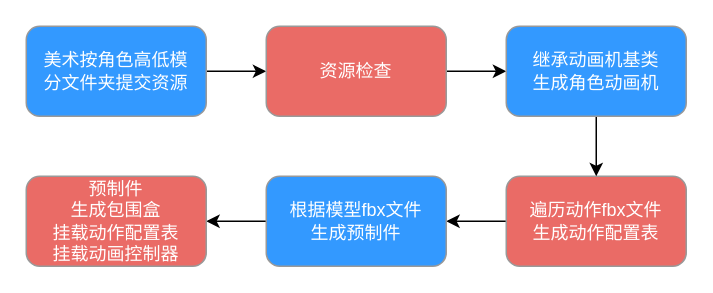
Above: 战斗资源流水线.drawio in leoin2012/draw.io.files (draw.io), before the change. Source tidied: cells renumbered, new cells numbered last; positions are measured from the earlier drawing's top-left corner, leaving out a move shared by most shapes. Both pictures are drawn from the tidied source at 150%, with x=0, y=0 at pixel (26, 26).
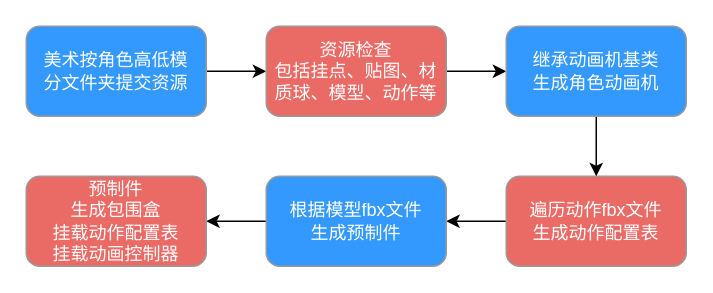
The same diagram, later.

Commit message:
已添加 战斗资源流水线.drawio

The edit, as a diff of the source:
```diff
@@
 <mxGraphModel>
   <root>
     <mxCell id="0" />
     <mxCell id="1" parent="0" />
     <mxCell id="2" style="edgeStyle=orthogonalEdgeStyle;rounded=0;jettySize=auto;html=1;exitX=1;exitY=0.5;exitDx=0;exitDy=0;entryX=0;entryY=0.5;entryDx=0;entryDy=0;" parent="1" edge="1" source="3" target="7">
       <mxGeometry relative="1" as="geometry" />
     </mxCell>
     <mxCell id="3" value="&lt;font color=&quot;#ffffff&quot;&gt;美术按角色高低模&lt;br&gt;分文件夹提交资源&lt;/font&gt;" style="rounded=1;whiteSpace=wrap;html=1;fillColor=#3399FF;strokeColor=#999999;" parent="1" vertex="1">
       <mxGeometry width="120" height="60" as="geometry" />
     </mxCell>
     <mxCell id="4" style="edgeStyle=orthogonalEdgeStyle;rounded=0;jettySize=auto;html=1;exitX=0;exitY=0.5;exitDx=0;exitDy=0;entryX=1;entryY=0.5;entryDx=0;entryDy=0;" parent="1" edge="1" source="5" target="11">
       <mxGeometry relative="1" as="geometry" />
     </mxCell>
     <mxCell id="5" value="&lt;font color=&quot;#ffffff&quot;&gt;遍历动作fbx文件&lt;br&gt;生成动作配置表&lt;/font&gt;" style="rounded=1;whiteSpace=wrap;html=1;fillColor=#EA6B66;strokeColor=#999999;" parent="1" vertex="1">
       <mxGeometry x="320" y="100" width="120" height="60" as="geometry" />
     </mxCell>
     <mxCell id="6" style="edgeStyle=orthogonalEdgeStyle;rounded=0;jettySize=auto;html=1;exitX=1;exitY=0.5;exitDx=0;exitDy=0;entryX=0;entryY=0.5;entryDx=0;entryDy=0;" parent="1" edge="1" source="7" target="9">
       <mxGeometry relative="1" as="geometry" />
     </mxCell>
-    <mxCell id="7" value="&lt;span style=&quot;color: rgb(255 , 255 , 255)&quot;&gt;资源&lt;/span&gt;&lt;font color=&quot;#ffffff&quot;&gt;检查&lt;/font&gt;" style="rounded=1;whiteSpace=wrap;html=1;fillColor=#EA6B66;strokeColor=#999999;" parent="1" vertex="1">
+    <mxCell id="7" value="&lt;font color=&quot;#ffffff&quot;&gt;资源&lt;/font&gt;&lt;span style=&quot;color: rgb(255 , 255 , 255)&quot;&gt;检查&lt;br&gt;包括&lt;/span&gt;&lt;font color=&quot;#ffffff&quot;&gt;挂点、贴图、材质球、模型、动作等&lt;/font&gt;&lt;font color=&quot;#ffffff&quot;&gt;&lt;br&gt;&lt;/font&gt;" style="rounded=1;whiteSpace=wrap;html=1;fillColor=#EA6B66;strokeColor=#999999;" parent="1" vertex="1">
       <mxGeometry x="160" width="120" height="60" as="geometry" />
     </mxCell>
     <mxCell id="8" style="edgeStyle=orthogonalEdgeStyle;rounded=0;jettySize=auto;html=1;exitX=0.5;exitY=1;exitDx=0;exitDy=0;entryX=0.5;entryY=0;entryDx=0;entryDy=0;" parent="1" edge="1" source="9" target="5">
       <mxGeometry relative="1" as="geometry" />
     </mxCell>
     <mxCell id="9" value="&lt;font color=&quot;#ffffff&quot;&gt;继承动画机基类&lt;br&gt;生成角色动画机&lt;br&gt;&lt;/font&gt;" style="rounded=1;whiteSpace=wrap;html=1;fillColor=#3399FF;strokeColor=#999999;" parent="1" vertex="1">
       <mxGeometry x="320" width="120" height="60" as="geometry" />
     </mxCell>
     <mxCell id="10" style="edgeStyle=orthogonalEdgeStyle;rounded=0;jettySize=auto;html=1;exitX=0;exitY=0.5;exitDx=0;exitDy=0;entryX=1;entryY=0.5;entryDx=0;entryDy=0;" parent="1" edge="1" source="11" target="12">
       <mxGeometry relative="1" as="geometry" />
     </mxCell>
     <mxCell id="11" value="&lt;font color=&quot;#ffffff&quot;&gt;根据模型fbx文件&lt;br&gt;生成预制件&lt;/font&gt;" style="rounded=1;whiteSpace=wrap;html=1;fillColor=#3399FF;strokeColor=#999999;" parent="1" vertex="1">
       <mxGeometry x="160" y="100" width="120" height="60" as="geometry" />
     </mxCell>
     <mxCell id="12" value="&lt;font color=&quot;#ffffff&quot;&gt;预制件&lt;br&gt;生成包围盒&lt;br&gt;挂载动作配置表&lt;br&gt;挂载动画控制器&lt;br&gt;&lt;/font&gt;" style="rounded=1;whiteSpace=wrap;html=1;fillColor=#EA6B66;strokeColor=#999999;" parent="1" vertex="1">
       <mxGeometry y="100" width="120" height="60" as="geometry" />
     </mxCell>
   </root>
 </mxGraphModel>
```
